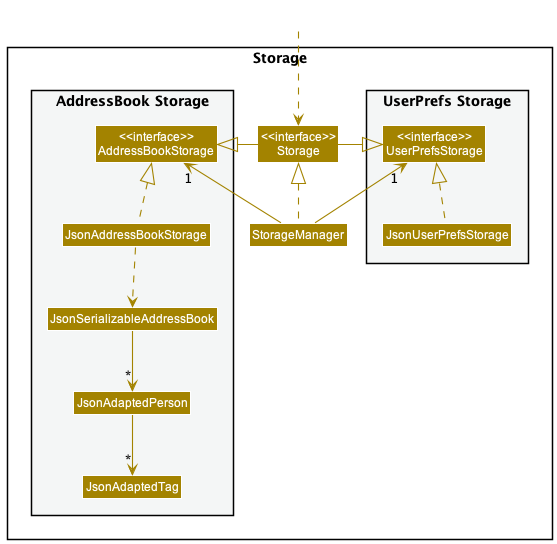
nus-cs2103-AY2223S2/tp keeps this PlantUML diagram as docs/images/StorageClassDiagram.png. Above is the earlier version. Its source is kept beside it as docs/diagrams/StorageClassDiagram.puml.
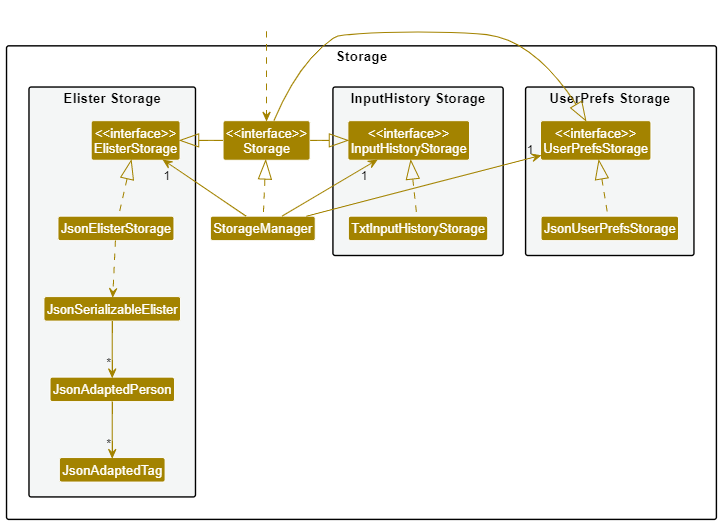
The same file after the commit.

Change to the diagram source:
```diff
@@ -9,6 +9,11 @@
 package "UserPrefs Storage" #F4F6F6{
 Class "<<interface>>\nUserPrefsStorage" as UserPrefsStorage
 Class JsonUserPrefsStorage
+}
+
+package "InputHistory Storage" #F4F6F6{
+Class "<<interface>>\nInputHistoryStorage" as InputHistoryStorage
+Class TxtInputHistoryStorage
 }
 
 Class "<<interface>>\nStorage" as Storage
@@ -30,9 +35,13 @@
 StorageManager .up.|> Storage
 StorageManager -up-> "1" UserPrefsStorage
 StorageManager -up-> "1" ElisterStorage
+StorageManager -up-> "1" InputHistoryStorage
 
 Storage -left-|> UserPrefsStorage
 Storage -right-|> ElisterStorage
+Storage -right-|> InputHistoryStorage
+
+TxtInputHistoryStorage .up.|> InputHistoryStorage
 
 JsonUserPrefsStorage .up.|> UserPrefsStorage
 JsonElisterStorage .up.|> ElisterStorage
```
